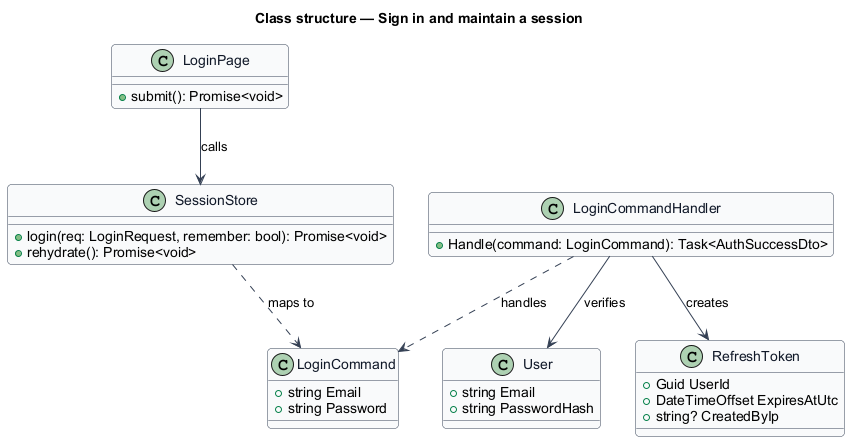
Earlier version of the PlantUML export docs/detailed-designs/identity-and-access/sign-in-and-maintain-session/diagrams/class-structure.png (QuinntyneBrown/saturdaze).
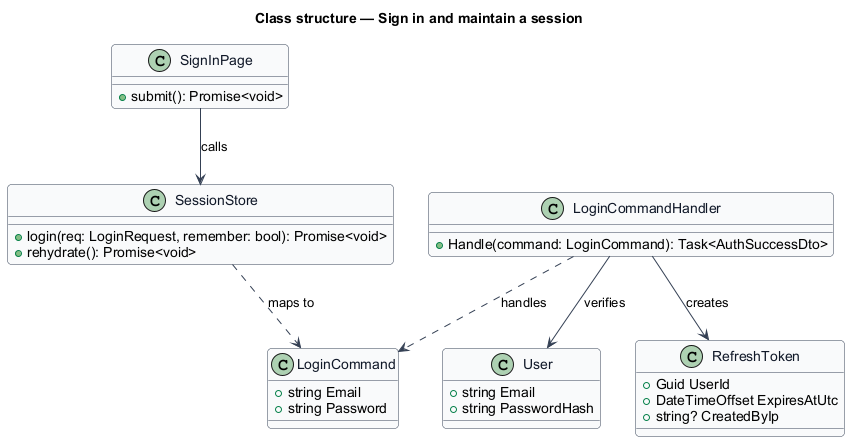
The same file after the commit.

Diff of the diagram source:
```diff
@@ -11,7 +11,7 @@
 }
 title Class structure — Sign in and maintain a session
 
-class LoginPage {
+class SignInPage {
   +submit(): Promise<void>
 }
 class SessionStore {
@@ -34,7 +34,7 @@
   +DateTimeOffset ExpiresAtUtc
   +string? CreatedByIp
 }
-LoginPage --> SessionStore : calls
+SignInPage --> SessionStore : calls
 SessionStore ..> LoginCommand : maps to
 LoginCommandHandler ..> LoginCommand : handles
 LoginCommandHandler --> User : verifies
```
